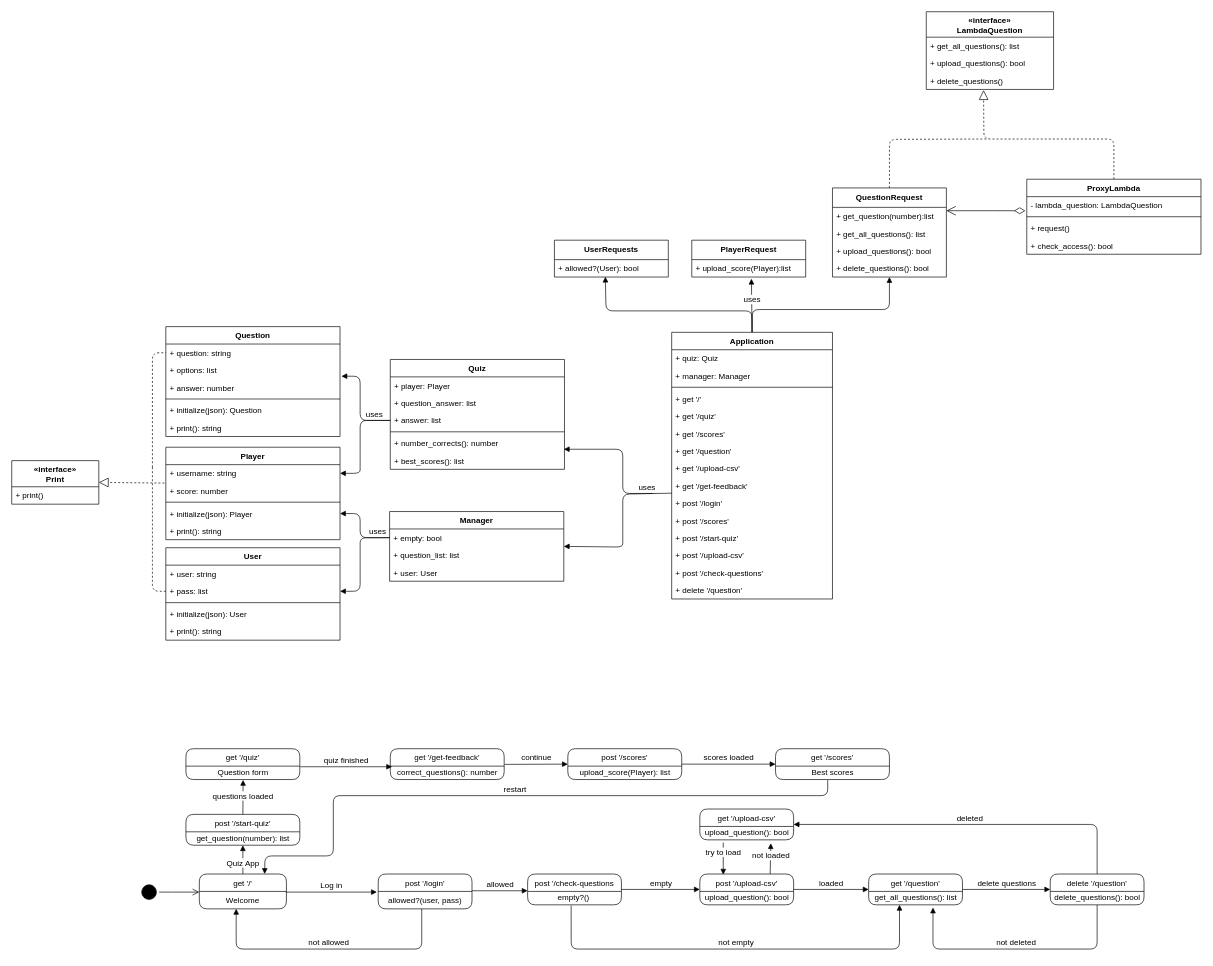
Above: docs/logical-view.drawio in FelipeOsornio/QuizApp (draw.io), before the change. Source tidied: cells renumbered, new cells numbered last; positions are measured from the earlier drawing's top-left corner, leaving out a move shared by most shapes. Both pictures are drawn from the tidied source at 67%, with x=0, y=0 at pixel (11, 11).
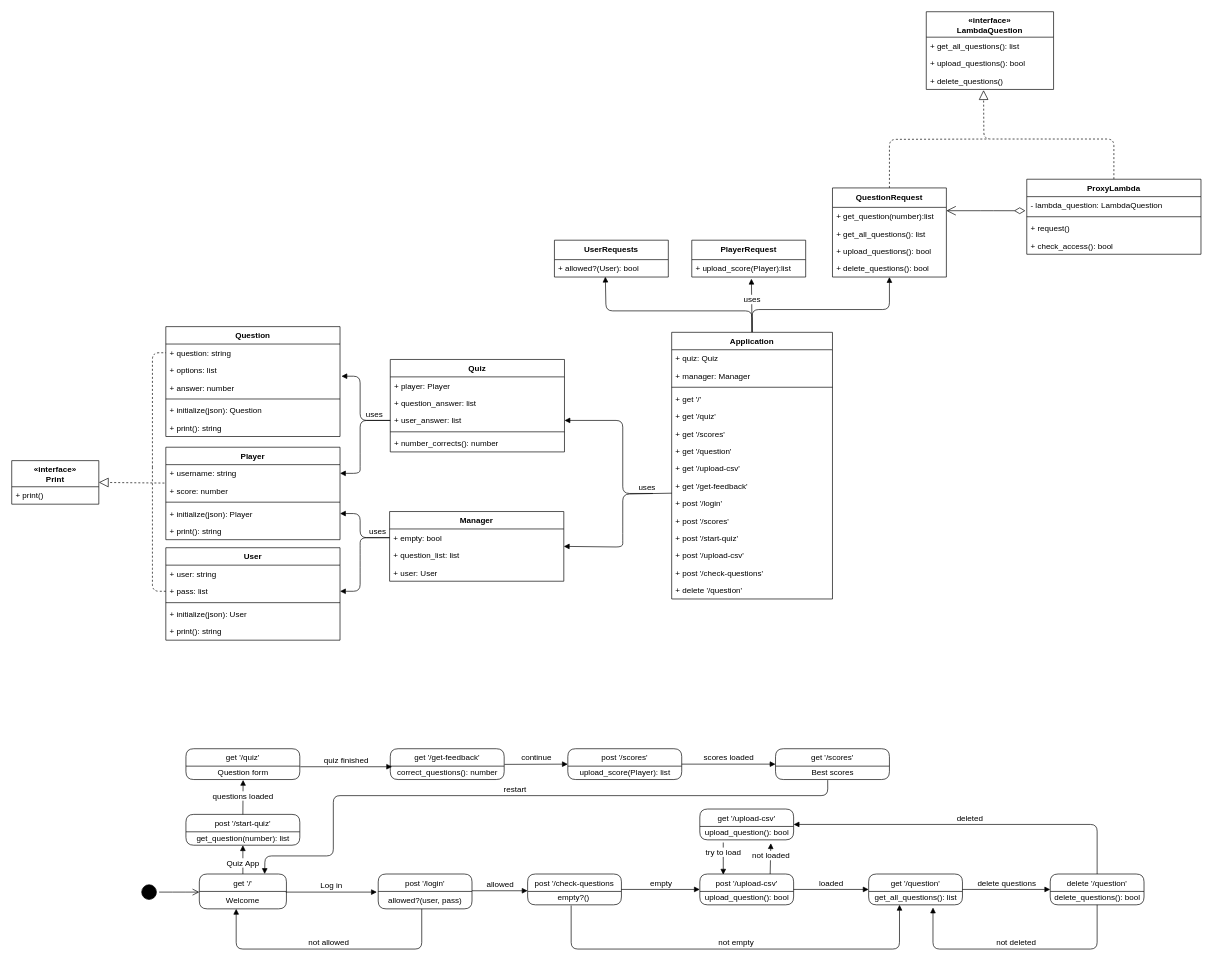
After the change.

Diff of the diagram source:
```diff
@@
     <mxCell id="58" value="Quiz" style="swimlane;fontStyle=1;align=center;verticalAlign=top;horizontal=1;startSize=26;fontSize=12;" parent="1" vertex="1">
-      <mxGeometry x="565" y="519" width="260" height="164" as="geometry" />
+      <mxGeometry x="565" y="519" width="260" height="138" as="geometry" />
     </mxCell>
@@
-    <mxCell id="61" value="+ answer: list" style="text;strokeColor=none;fillColor=none;align=left;verticalAlign=top;spacingLeft=4;spacingRight=4;overflow=hidden;points=[[0,0.5],[1,0.5]];portConstraint=eastwest;" parent="58" vertex="1">
+    <mxCell id="61" value="+ user_answer: list " style="text;strokeColor=none;fillColor=none;align=left;verticalAlign=top;spacingLeft=4;spacingRight=4;overflow=hidden;points=[[0,0.5],[1,0.5]];portConstraint=eastwest;" parent="58" vertex="1">
       <mxGeometry y="78" width="260" height="26" as="geometry" />
     </mxCell>
@@
-    <mxCell id="64" value="+ best_scores(): list" style="text;strokeColor=none;fillColor=none;align=left;verticalAlign=top;spacingLeft=4;spacingRight=4;overflow=hidden;" parent="58" vertex="1">
-      <mxGeometry y="138" width="260" height="26" as="geometry" />
-    </mxCell>
@@
-    <mxCell id="124" style="html=1;verticalAlign=bottom;endArrow=block;strokeColor=#000000;fontSize=12;exitX=0;exitY=0.5;exitDx=0;exitDy=0;entryX=0.996;entryY=1.154;entryDx=0;entryDy=0;entryPerimeter=0;" parent="1" edge="1">
+    <mxCell id="124" style="html=1;verticalAlign=bottom;endArrow=block;strokeColor=#000000;fontSize=12;exitX=0;exitY=0.5;exitDx=0;exitDy=0;entryX=1;entryY=0.5;entryDx=0;entryDy=0;" parent="1" edge="1" target="61">
       <mxGeometry relative="1" as="geometry">
         <mxPoint x="957" y="719" as="sourcePoint" />
-        <mxPoint x="824" y="653" as="targetPoint" />
         <Array as="points">
           <mxPoint x="912" y="719" />
-          <mxPoint x="912" y="653" />
+          <mxPoint x="912" y="610" />
         </Array>
       </mxGeometry>
     </mxCell>
```
